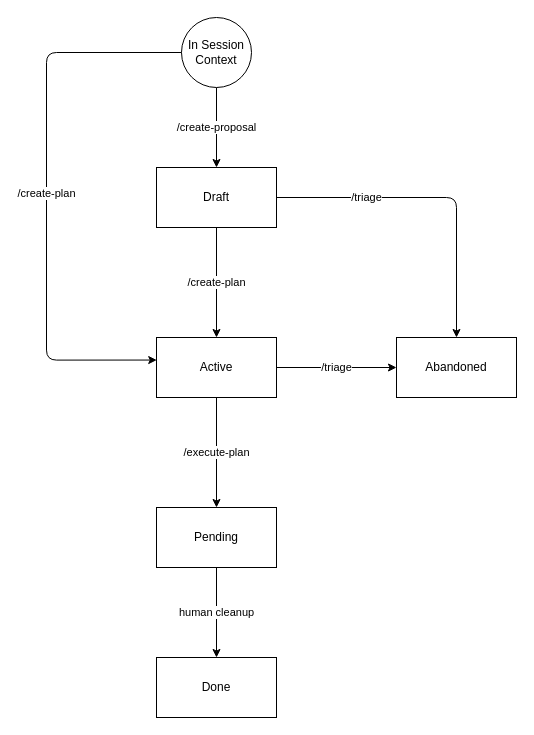
Earlier version of the draw.io diagram page "feature-lifecycle" (3 of 3) of docs/architecture/architecture.drawio (Todor-Boev-IBM/ratchet). Source tidied: cells renumbered, new cells numbered last; positions are measured from the earlier drawing's top-left corner, leaving out a move shared by most shapes. Both pictures are drawn from the tidied source at 100%, with x=0, y=0 at pixel (46, 17).
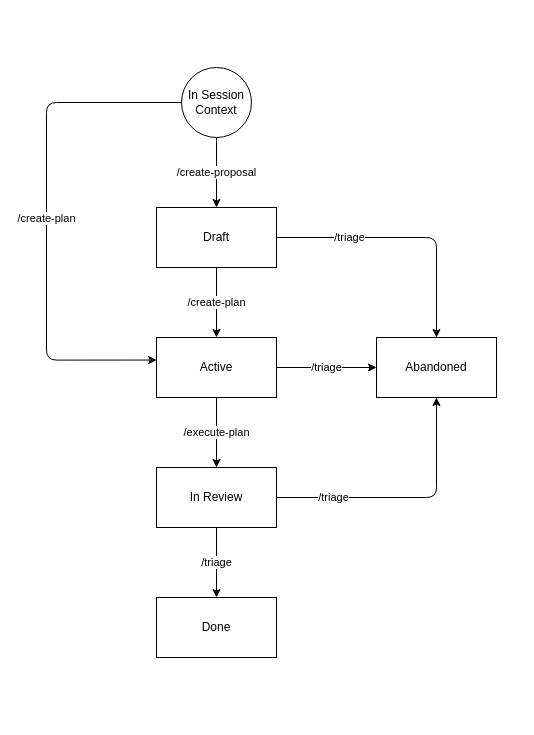
Above is the later version.

Commit message:
docs(architecture): add in-review state to lifecycle diagram

Reflect the new in-review stage between active execution and the
triage-owned done/abandoned outcomes, matching the featuremgr and
skill documentation updates.

The edit, as a diff of the source:
```diff
@@
 <mxGraphModel>
   <root>
     <mxCell id="0" />
     <mxCell id="1" parent="0" />
     <mxCell id="2" value="/create-plan" style="edgeStyle=orthogonalEdgeStyle;rounded=1;jettySize=auto;html=1;exitX=0.5;exitY=1;exitDx=0;exitDy=0;entryX=0.5;entryY=0;entryDx=0;entryDy=0;curved=0;" parent="1" edge="1" source="4" target="7">
       <mxGeometry relative="1" as="geometry" />
     </mxCell>
     <mxCell id="3" value="/triage" style="edgeStyle=orthogonalEdgeStyle;rounded=1;jettySize=auto;html=1;exitX=1;exitY=0.5;exitDx=0;exitDy=0;entryX=0.5;entryY=0;entryDx=0;entryDy=0;curved=0;" parent="1" edge="1" source="4" target="10">
       <mxGeometry x="-0.44" relative="1" as="geometry" />
     </mxCell>
     <mxCell id="4" value="Draft" style="rounded=0;whiteSpace=wrap;html=1;" parent="1" vertex="1">
-      <mxGeometry x="110" y="150" width="120" height="60" as="geometry" />
+      <mxGeometry x="110" y="190" width="120" height="60" as="geometry" />
     </mxCell>
     <mxCell id="5" value="/execute-plan" style="edgeStyle=orthogonalEdgeStyle;rounded=1;jettySize=auto;html=1;exitX=0.5;exitY=1;exitDx=0;exitDy=0;entryX=0.5;entryY=0;entryDx=0;entryDy=0;curved=0;" parent="1" edge="1" source="7" target="9">
       <mxGeometry relative="1" as="geometry" />
     </mxCell>
     <mxCell id="6" value="/triage" style="edgeStyle=orthogonalEdgeStyle;rounded=1;jettySize=auto;html=1;exitX=1;exitY=0.5;exitDx=0;exitDy=0;entryX=0;entryY=0.5;entryDx=0;entryDy=0;curved=0;" parent="1" edge="1" source="7" target="10">
       <mxGeometry relative="1" as="geometry" />
     </mxCell>
     <mxCell id="7" value="Active" style="rounded=0;whiteSpace=wrap;html=1;" parent="1" vertex="1">
       <mxGeometry x="110" y="320" width="120" height="60" as="geometry" />
     </mxCell>
-    <mxCell id="8" value="human cleanup" style="edgeStyle=orthogonalEdgeStyle;rounded=0;jettySize=auto;html=1;exitX=0.5;exitY=1;exitDx=0;exitDy=0;entryX=0.5;entryY=0;entryDx=0;entryDy=0;" parent="1" edge="1" source="9" target="14">
+    <mxCell id="8" value="/triage" style="edgeStyle=orthogonalEdgeStyle;rounded=0;jettySize=auto;html=1;exitX=0.5;exitY=1;exitDx=0;exitDy=0;entryX=0.5;entryY=0;entryDx=0;entryDy=0;" parent="1" edge="1" source="9" target="14">
       <mxGeometry relative="1" as="geometry" />
     </mxCell>
+    <mxCell id="15" value="/triage" style="edgeStyle=orthogonalEdgeStyle;rounded=1;jettySize=auto;html=1;exitX=1;exitY=0.5;exitDx=0;exitDy=0;entryX=0.5;entryY=1;entryDx=0;entryDy=0;curved=0;" parent="1" edge="1" source="9" target="10">
+      <mxGeometry x="-0.56" relative="1" as="geometry" />
+    </mxCell>
-    <mxCell id="9" value="Pending" style="rounded=0;whiteSpace=wrap;html=1;" parent="1" vertex="1">
-      <mxGeometry x="110" y="490" width="120" height="60" as="geometry" />
+    <mxCell id="9" value="In Review" style="rounded=0;whiteSpace=wrap;html=1;" parent="1" vertex="1">
+      <mxGeometry x="110" y="450" width="120" height="60" as="geometry" />
     </mxCell>
     <mxCell id="10" value="Abandoned" style="rounded=0;whiteSpace=wrap;html=1;" parent="1" vertex="1">
-      <mxGeometry x="350" y="320" width="120" height="60" as="geometry" />
+      <mxGeometry x="330" y="320" width="120" height="60" as="geometry" />
     </mxCell>
     <mxCell id="11" value="/create-proposal" style="edgeStyle=orthogonalEdgeStyle;rounded=0;jettySize=auto;html=1;exitX=0.5;exitY=1;exitDx=0;exitDy=0;entryX=0.5;entryY=0;entryDx=0;entryDy=0;" parent="1" edge="1" source="12" target="4">
       <mxGeometry relative="1" as="geometry" />
     </mxCell>
     <mxCell id="12" value="In Session Context" style="ellipse;whiteSpace=wrap;html=1;" parent="1" vertex="1">
-      <mxGeometry x="135" width="70" height="70" as="geometry" />
+      <mxGeometry x="135" y="50" width="70" height="70" as="geometry" />
     </mxCell>
     <mxCell id="13" value="/create-plan" style="edgeStyle=orthogonalEdgeStyle;rounded=1;jettySize=auto;html=1;exitX=0;exitY=0.5;exitDx=0;exitDy=0;entryX=0.002;entryY=0.376;entryDx=0;entryDy=0;entryPerimeter=0;curved=0;" parent="1" edge="1" source="12" target="7">
       <mxGeometry relative="1" as="geometry">
         <Array as="points">
-          <mxPoint y="35" />
+          <mxPoint y="85" />
           <mxPoint y="342.6" />
         </Array>
       </mxGeometry>
     </mxCell>
     <mxCell id="14" value="Done" style="rounded=0;whiteSpace=wrap;html=1;" parent="1" vertex="1">
-      <mxGeometry x="110" y="640" width="120" height="60" as="geometry" />
+      <mxGeometry x="110" y="580" width="120" height="60" as="geometry" />
     </mxCell>
   </root>
 </mxGraphModel>
```
